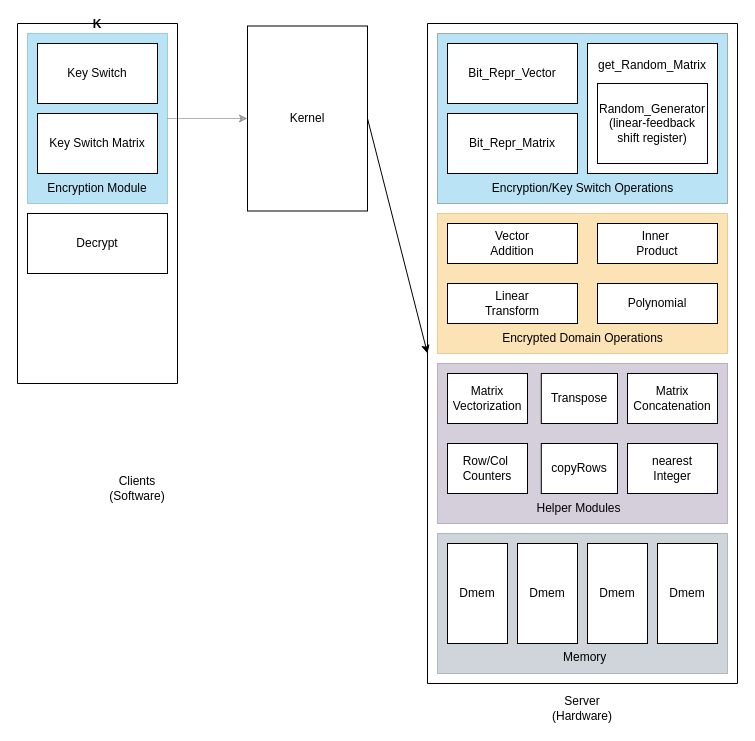
This is Design_Overview.drawio from helloworld1921/Fully_Homomorphic_Encryption_Accelerator, a draw.io file, before an edit. Source tidied: cells renumbered, new cells numbered last; positions are measured from the earlier drawing's top-left corner, leaving out a move shared by most shapes. Both pictures are drawn from the tidied source at 100%, with x=0, y=0 at pixel (17, 23).
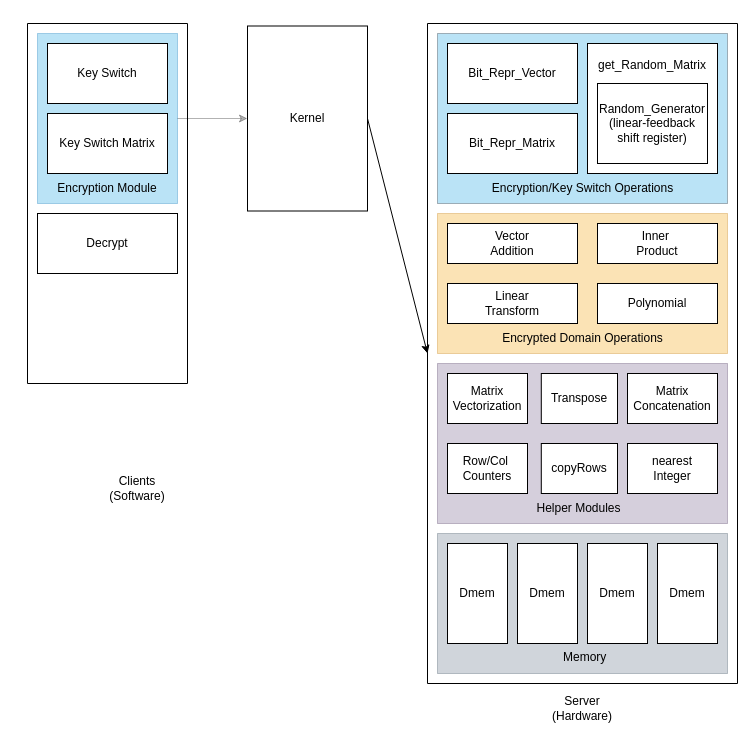
The same diagram, later.

The edit, as a diff of the source:
```diff
@@
-    <mxCell id="2" value="K" style="swimlane;startSize=0;" parent="1" vertex="1">
-      <mxGeometry width="160" height="360" as="geometry" />
+    <mxCell id="2" style="swimlane;startSize=0;" parent="1" vertex="1">
+      <mxGeometry x="10" width="160" height="360" as="geometry" />
     </mxCell>
```
